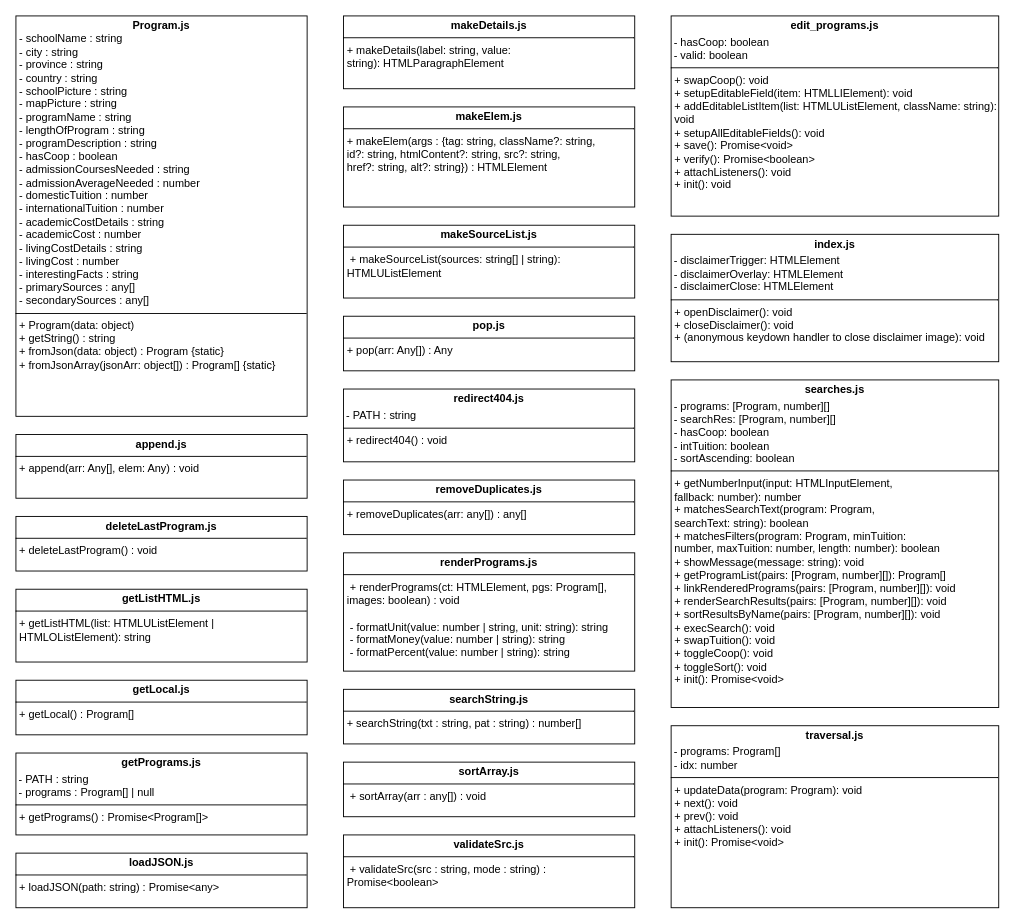
This is assets/uml diagrams/David UML Class Diagrams.drawio from DanPlus6/ICS3U1-Unit4Project, a draw.io file, before an edit. Source tidied: cells renumbered, new cells numbered last; positions are measured from the earlier drawing's top-left corner, leaving out a move shared by most shapes. Both pictures are drawn from the tidied source at 91%, with x=0, y=0 at pixel (15, 15).
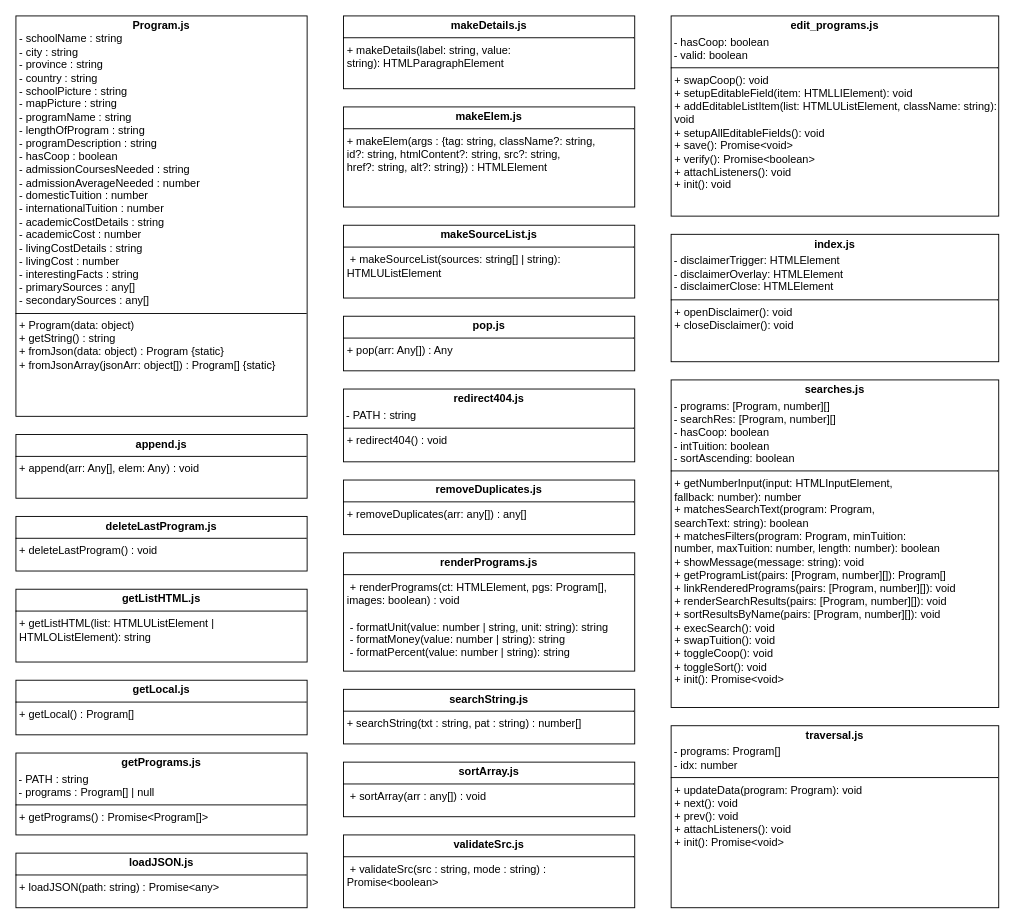
Above is the later version.

Commit message (it also covers changes not shown here):
Removed dysfunctional disclaimer closing keybinds

Change to the diagram source:
```diff
@@
-    <mxCell id="20" value="&lt;p style=&quot;text-align: center; margin: 4px 0px 0px;&quot;&gt;&lt;span style=&quot;background-color: transparent; text-align: left;&quot;&gt;&lt;b&gt;index&lt;/b&gt;&lt;/span&gt;&lt;b style=&quot;background-color: transparent; color: light-dark(rgb(0, 0, 0), rgb(255, 255, 255));&quot;&gt;.js&lt;/b&gt;&lt;/p&gt;&lt;p style=&quot;margin: 4px 0px 0px;&quot;&gt;&amp;nbsp;- disclaimerTrigger: HTMLElement&lt;br&gt;&amp;nbsp;- disclaimerOverlay: HTMLElement&lt;br&gt;&amp;nbsp;- disclaimerClose: HTMLElement&lt;/p&gt;&lt;hr size=&quot;1&quot; style=&quot;border-style:solid;&quot;&gt;&lt;p style=&quot;margin:0px;margin-left:4px;&quot;&gt;&lt;/p&gt;&lt;div&gt;&lt;p style=&quot;margin:0px;margin-left:4px;&quot;&gt;+ openDisclaimer(): void&lt;br&gt;+ closeDisclaimer(): void&lt;br&gt;+ (anonymous keydown handler to close disclaimer image): void&lt;/p&gt;&lt;/div&gt;" style="verticalAlign=top;align=left;overflow=fill;html=1;whiteSpace=wrap;" parent="1" vertex="1">
+    <mxCell id="20" value="&lt;p style=&quot;text-align: center; margin: 4px 0px 0px;&quot;&gt;&lt;span style=&quot;background-color: transparent; text-align: left;&quot;&gt;&lt;b&gt;index&lt;/b&gt;&lt;/span&gt;&lt;b style=&quot;background-color: transparent; color: light-dark(rgb(0, 0, 0), rgb(255, 255, 255));&quot;&gt;.js&lt;/b&gt;&lt;/p&gt;&lt;p style=&quot;margin: 4px 0px 0px;&quot;&gt;&amp;nbsp;- disclaimerTrigger: HTMLElement&lt;br&gt;&amp;nbsp;- disclaimerOverlay: HTMLElement&lt;br&gt;&amp;nbsp;- disclaimerClose: HTMLElement&lt;/p&gt;&lt;hr size=&quot;1&quot; style=&quot;border-style:solid;&quot;&gt;&lt;p style=&quot;margin:0px;margin-left:4px;&quot;&gt;&lt;/p&gt;&lt;div&gt;&lt;p style=&quot;margin:0px;margin-left:4px;&quot;&gt;+ openDisclaimer(): void&lt;br&gt;+ closeDisclaimer(): void&lt;br&gt;&lt;br&gt;&lt;/p&gt;&lt;/div&gt;" style="verticalAlign=top;align=left;overflow=fill;html=1;whiteSpace=wrap;" parent="1" vertex="1">
       <mxGeometry x="720" y="240" width="360" height="140" as="geometry" />
     </mxCell>
```
